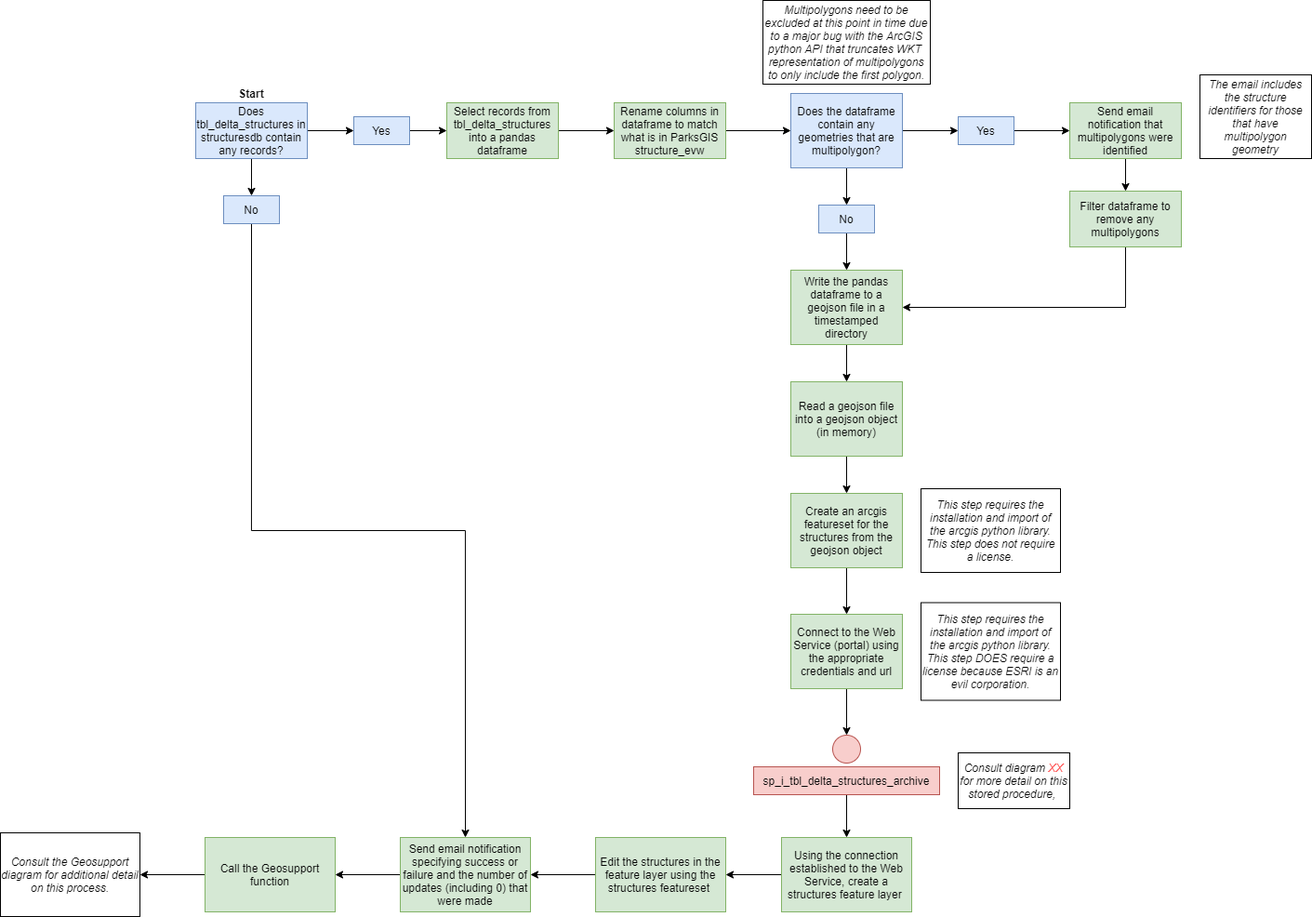
NYCParks-data/Structures keeps this draw.io diagram as weekly_pre_QA.png. Above is the earlier version. Source tidied: cells renumbered, new cells last; positions are measured from the earlier drawing's top-left corner, leaving out a move shared by most shapes. The source it was exported from:
```xml
<mxGraphModel>
  <root>
    <mxCell id="0" />
    <mxCell id="1" parent="0" />
    <mxCell id="2" style="edgeStyle=orthogonalEdgeStyle;rounded=0;jettySize=auto;html=1;exitX=1;exitY=0.5;exitDx=0;exitDy=0;entryX=0;entryY=0.5;entryDx=0;entryDy=0;" parent="1" edge="1" source="3" target="5">
      <mxGeometry relative="1" as="geometry" />
    </mxCell>
    <mxCell id="3" value="Select records from tbl_delta_structures into a pandas dataframe" style="rounded=0;whiteSpace=wrap;html=1;fillColor=#d5e8d4;strokeColor=#82b366;" parent="1" vertex="1">
      <mxGeometry x="480" y="110" width="120" height="60" as="geometry" />
    </mxCell>
    <mxCell id="4" style="edgeStyle=orthogonalEdgeStyle;rounded=0;jettySize=auto;html=1;exitX=1;exitY=0.5;exitDx=0;exitDy=0;entryX=0;entryY=0.5;entryDx=0;entryDy=0;" parent="1" edge="1" source="5" target="8">
      <mxGeometry relative="1" as="geometry" />
    </mxCell>
    <mxCell id="5" value="Rename columns in dataframe to match what is in ParksGIS structure_evw" style="rounded=0;whiteSpace=wrap;html=1;fillColor=#d5e8d4;strokeColor=#82b366;" parent="1" vertex="1">
      <mxGeometry x="660" y="110" width="120" height="60" as="geometry" />
    </mxCell>
    <mxCell id="6" style="edgeStyle=orthogonalEdgeStyle;rounded=0;jettySize=auto;html=1;exitX=1;exitY=0.5;exitDx=0;exitDy=0;" parent="1" edge="1" source="8" target="10">
      <mxGeometry relative="1" as="geometry" />
    </mxCell>
    <mxCell id="7" style="edgeStyle=orthogonalEdgeStyle;rounded=0;jettySize=auto;html=1;exitX=0.5;exitY=1;exitDx=0;exitDy=0;entryX=0.5;entryY=0;entryDx=0;entryDy=0;" parent="1" edge="1" source="8" target="12">
      <mxGeometry relative="1" as="geometry" />
    </mxCell>
    <mxCell id="8" value="Does the dataframe contain any geometries that are multipolygon?" style="rounded=0;whiteSpace=wrap;html=1;fillColor=#dae8fc;strokeColor=#6c8ebf;" parent="1" vertex="1">
      <mxGeometry x="850" y="100" width="120" height="80" as="geometry" />
    </mxCell>
    <mxCell id="9" style="edgeStyle=orthogonalEdgeStyle;rounded=0;jettySize=auto;html=1;exitX=1;exitY=0.5;exitDx=0;exitDy=0;entryX=0;entryY=0.5;entryDx=0;entryDy=0;" parent="1" edge="1" source="10" target="14">
      <mxGeometry relative="1" as="geometry" />
    </mxCell>
    <mxCell id="10" value="Yes" style="rounded=0;whiteSpace=wrap;html=1;fillColor=#dae8fc;strokeColor=#6c8ebf;" parent="1" vertex="1">
      <mxGeometry x="1030" y="125" width="60" height="30" as="geometry" />
    </mxCell>
    <mxCell id="11" style="edgeStyle=orthogonalEdgeStyle;rounded=0;jettySize=auto;html=1;exitX=0.5;exitY=1;exitDx=0;exitDy=0;entryX=0.5;entryY=0;entryDx=0;entryDy=0;" parent="1" edge="1" source="12" target="20">
      <mxGeometry relative="1" as="geometry" />
    </mxCell>
    <mxCell id="12" value="No" style="rounded=0;whiteSpace=wrap;html=1;fillColor=#dae8fc;strokeColor=#6c8ebf;" parent="1" vertex="1">
      <mxGeometry x="880" y="220" width="60" height="30" as="geometry" />
    </mxCell>
    <mxCell id="13" style="edgeStyle=orthogonalEdgeStyle;rounded=0;jettySize=auto;html=1;exitX=0.5;exitY=1;exitDx=0;exitDy=0;entryX=0.5;entryY=0;entryDx=0;entryDy=0;" parent="1" edge="1" source="14" target="16">
      <mxGeometry relative="1" as="geometry" />
    </mxCell>
    <mxCell id="14" value="Send email notification that multipolygons were identified" style="rounded=0;whiteSpace=wrap;html=1;fillColor=#d5e8d4;strokeColor=#82b366;" parent="1" vertex="1">
      <mxGeometry x="1150" y="110" width="120" height="60" as="geometry" />
    </mxCell>
    <mxCell id="15" style="edgeStyle=orthogonalEdgeStyle;rounded=0;jettySize=auto;html=1;exitX=0.5;exitY=1;exitDx=0;exitDy=0;entryX=1;entryY=0.5;entryDx=0;entryDy=0;" parent="1" edge="1" source="16" target="20">
      <mxGeometry relative="1" as="geometry" />
    </mxCell>
    <mxCell id="16" value="Filter dataframe to remove any multipolygons" style="rounded=0;whiteSpace=wrap;html=1;fillColor=#d5e8d4;strokeColor=#82b366;" parent="1" vertex="1">
      <mxGeometry x="1150" y="205" width="120" height="60" as="geometry" />
    </mxCell>
    <mxCell id="17" value="&lt;i&gt;The email includes the structure identifiers for those that have multipolygon geometry&lt;/i&gt;" style="rounded=0;whiteSpace=wrap;html=1;" parent="1" vertex="1">
      <mxGeometry x="1290" y="80" width="120" height="90" as="geometry" />
    </mxCell>
    <mxCell id="18" value="&lt;i&gt;Multipolygons need to be excluded at this point in time due to a major bug with the ArcGIS python API that truncates WKT&amp;nbsp; representation of multipolygons to only include the first polygon.&lt;/i&gt;" style="rounded=0;whiteSpace=wrap;html=1;" parent="1" vertex="1">
      <mxGeometry x="820" width="180" height="90" as="geometry" />
    </mxCell>
    <mxCell id="19" style="edgeStyle=orthogonalEdgeStyle;rounded=0;jettySize=auto;html=1;" parent="1" edge="1" source="20">
      <mxGeometry relative="1" as="geometry">
        <mxPoint x="910" y="410" as="targetPoint" />
      </mxGeometry>
    </mxCell>
    <mxCell id="20" value="Write the pandas dataframe to a geojson file in a timestamped directory" style="rounded=0;whiteSpace=wrap;html=1;fillColor=#d5e8d4;strokeColor=#82b366;" parent="1" vertex="1">
      <mxGeometry x="850" y="290" width="120" height="80" as="geometry" />
    </mxCell>
    <mxCell id="21" style="edgeStyle=orthogonalEdgeStyle;rounded=0;jettySize=auto;html=1;" parent="1" edge="1" source="23" target="25">
      <mxGeometry relative="1" as="geometry" />
    </mxCell>
    <mxCell id="22" style="edgeStyle=orthogonalEdgeStyle;rounded=0;jettySize=auto;html=1;" parent="1" edge="1" source="23" target="27">
      <mxGeometry relative="1" as="geometry" />
    </mxCell>
    <mxCell id="23" value="Does tbl_delta_structures in structuresdb contain any records?" style="rounded=0;whiteSpace=wrap;html=1;fillColor=#dae8fc;strokeColor=#6c8ebf;" parent="1" vertex="1">
      <mxGeometry x="210" y="110" width="120" height="60" as="geometry" />
    </mxCell>
    <mxCell id="24" style="edgeStyle=orthogonalEdgeStyle;rounded=0;jettySize=auto;html=1;" parent="1" edge="1" source="25" target="3">
      <mxGeometry relative="1" as="geometry" />
    </mxCell>
    <mxCell id="25" value="Yes" style="rounded=0;whiteSpace=wrap;html=1;fillColor=#dae8fc;strokeColor=#6c8ebf;" parent="1" vertex="1">
      <mxGeometry x="380" y="125" width="60" height="30" as="geometry" />
    </mxCell>
    <mxCell id="26" style="edgeStyle=orthogonalEdgeStyle;rounded=0;jettySize=auto;html=1;exitX=0.5;exitY=1;exitDx=0;exitDy=0;entryX=0.5;entryY=0;entryDx=0;entryDy=0;" parent="1" edge="1" source="27" target="49">
      <mxGeometry relative="1" as="geometry" />
    </mxCell>
    <mxCell id="27" value="No" style="rounded=0;whiteSpace=wrap;html=1;fillColor=#dae8fc;strokeColor=#6c8ebf;" parent="1" vertex="1">
      <mxGeometry x="240" y="210" width="60" height="30" as="geometry" />
    </mxCell>
    <mxCell id="28" style="edgeStyle=orthogonalEdgeStyle;rounded=0;jettySize=auto;html=1;" parent="1" edge="1" source="29" target="31">
      <mxGeometry relative="1" as="geometry" />
    </mxCell>
    <mxCell id="29" value="Read a geojson file into a geojson object (in memory)" style="rounded=0;whiteSpace=wrap;html=1;fillColor=#d5e8d4;strokeColor=#82b366;" parent="1" vertex="1">
      <mxGeometry x="850" y="410" width="120" height="80" as="geometry" />
    </mxCell>
    <mxCell id="30" style="edgeStyle=orthogonalEdgeStyle;rounded=0;jettySize=auto;html=1;" parent="1" edge="1" source="31" target="34">
      <mxGeometry relative="1" as="geometry" />
    </mxCell>
    <mxCell id="31" value="Create an arcgis featureset from the geojson object" style="rounded=0;whiteSpace=wrap;html=1;fillColor=#d5e8d4;strokeColor=#82b366;" parent="1" vertex="1">
      <mxGeometry x="850" y="530" width="120" height="80" as="geometry" />
    </mxCell>
    <mxCell id="32" value="&lt;i&gt;This step requires the installation and import of the arcgis python library. This step does not require a license.&lt;/i&gt;" style="rounded=0;whiteSpace=wrap;html=1;" parent="1" vertex="1">
      <mxGeometry x="990" y="525" width="150" height="90" as="geometry" />
    </mxCell>
    <mxCell id="33" style="edgeStyle=orthogonalEdgeStyle;rounded=0;jettySize=auto;html=1;exitX=0.5;exitY=1;exitDx=0;exitDy=0;entryX=0.5;entryY=0;entryDx=0;entryDy=0;" parent="1" edge="1" source="34" target="36">
      <mxGeometry relative="1" as="geometry" />
    </mxCell>
    <mxCell id="34" value="Connect to the Web Service (portal) using the appropriate credentials and url" style="rounded=0;whiteSpace=wrap;html=1;fillColor=#d5e8d4;strokeColor=#82b366;" parent="1" vertex="1">
      <mxGeometry x="850" y="660" width="120" height="80" as="geometry" />
    </mxCell>
    <mxCell id="35" value="&lt;i&gt;This step requires the installation and import of the arcgis python library. This step DOES require a license because ESRI is an evil corporation.&lt;/i&gt;" style="rounded=0;whiteSpace=wrap;html=1;" parent="1" vertex="1">
      <mxGeometry x="990" y="647.5" width="150" height="105" as="geometry" />
    </mxCell>
    <mxCell id="36" style="ellipse;whiteSpace=wrap;html=1;fillColor=#f8cecc;strokeColor=#b85450;" parent="1" vertex="1">
      <mxGeometry x="895" y="790" width="30" height="30" as="geometry" />
    </mxCell>
    <mxCell id="37" style="edgeStyle=orthogonalEdgeStyle;rounded=0;jettySize=auto;html=1;" parent="1" edge="1" source="38" target="40">
      <mxGeometry relative="1" as="geometry" />
    </mxCell>
    <mxCell id="38" value="sp_i_tbl_delta_structures_archive" style="rounded=0;whiteSpace=wrap;html=1;fillColor=#f8cecc;strokeColor=#b85450;" parent="1" vertex="1">
      <mxGeometry x="810" y="824" width="200" height="30" as="geometry" />
    </mxCell>
    <mxCell id="39" style="edgeStyle=orthogonalEdgeStyle;rounded=0;jettySize=auto;html=1;exitX=0;exitY=0.5;exitDx=0;exitDy=0;entryX=1;entryY=0.5;entryDx=0;entryDy=0;" parent="1" edge="1" source="40" target="46">
      <mxGeometry relative="1" as="geometry" />
    </mxCell>
    <mxCell id="40" value="Using the connection established to the Web Service, create a structures feature layer&amp;nbsp;" style="rounded=0;whiteSpace=wrap;html=1;fillColor=#d5e8d4;strokeColor=#82b366;" parent="1" vertex="1">
      <mxGeometry x="840" y="900" width="140" height="80" as="geometry" />
    </mxCell>
    <mxCell id="41" value="&lt;b&gt;Start&lt;/b&gt;" style="text;html=1;strokeColor=none;fillColor=none;align=center;verticalAlign=middle;whiteSpace=wrap;rounded=0;" parent="1" vertex="1">
      <mxGeometry x="250" y="90" width="40" height="20" as="geometry" />
    </mxCell>
    <mxCell id="42" style="edgeStyle=orthogonalEdgeStyle;rounded=0;jettySize=auto;html=1;" parent="1" edge="1" source="43" target="44">
      <mxGeometry relative="1" as="geometry" />
    </mxCell>
    <mxCell id="43" value="Call the Geosupport function" style="rounded=0;whiteSpace=wrap;html=1;fillColor=#d5e8d4;strokeColor=#82b366;" parent="1" vertex="1">
      <mxGeometry x="220" y="900" width="140" height="80" as="geometry" />
    </mxCell>
    <mxCell id="44" value="&lt;i&gt;Consult the Geosupport diagram f&lt;/i&gt;&lt;i&gt;or additional detail on this process.&lt;/i&gt;" style="rounded=0;whiteSpace=wrap;html=1;" parent="1" vertex="1">
      <mxGeometry y="895" width="150" height="90" as="geometry" />
    </mxCell>
    <mxCell id="45" style="edgeStyle=orthogonalEdgeStyle;rounded=0;jettySize=auto;html=1;exitX=0;exitY=0.5;exitDx=0;exitDy=0;entryX=1;entryY=0.5;entryDx=0;entryDy=0;" parent="1" edge="1" source="46" target="49">
      <mxGeometry relative="1" as="geometry" />
    </mxCell>
    <mxCell id="46" value="Edit the structures in the feature layer using the structures featureset&amp;nbsp;" style="rounded=0;whiteSpace=wrap;html=1;fillColor=#d5e8d4;strokeColor=#82b366;" parent="1" vertex="1">
      <mxGeometry x="640" y="900" width="140" height="80" as="geometry" />
    </mxCell>
    <mxCell id="47" value="&lt;i&gt;Consult diagram &lt;font color=&quot;#ff3333&quot;&gt;XX&lt;/font&gt; f&lt;/i&gt;&lt;i&gt;or more detail on this stored procedure,&amp;nbsp;&lt;/i&gt;" style="rounded=0;whiteSpace=wrap;html=1;" parent="1" vertex="1">
      <mxGeometry x="1030" y="809" width="120" height="60" as="geometry" />
    </mxCell>
    <mxCell id="48" style="edgeStyle=orthogonalEdgeStyle;rounded=0;jettySize=auto;html=1;exitX=0;exitY=0.5;exitDx=0;exitDy=0;entryX=1;entryY=0.5;entryDx=0;entryDy=0;" parent="1" edge="1" source="49" target="43">
      <mxGeometry relative="1" as="geometry" />
    </mxCell>
    <mxCell id="49" value="Send email notification specifying success or failure and the number of updates (including 0) that were made" style="rounded=0;whiteSpace=wrap;html=1;fillColor=#d5e8d4;strokeColor=#82b366;" parent="1" vertex="1">
      <mxGeometry x="430" y="900" width="140" height="80" as="geometry" />
    </mxCell>
    <mxCell id="50" value="Create an arcgis featureset for the structures from the geojson object" style="rounded=0;whiteSpace=wrap;html=1;fillColor=#d5e8d4;strokeColor=#82b366;" parent="1" vertex="1">
      <mxGeometry x="850" y="530" width="120" height="80" as="geometry" />
    </mxCell>
  </root>
</mxGraphModel>
```
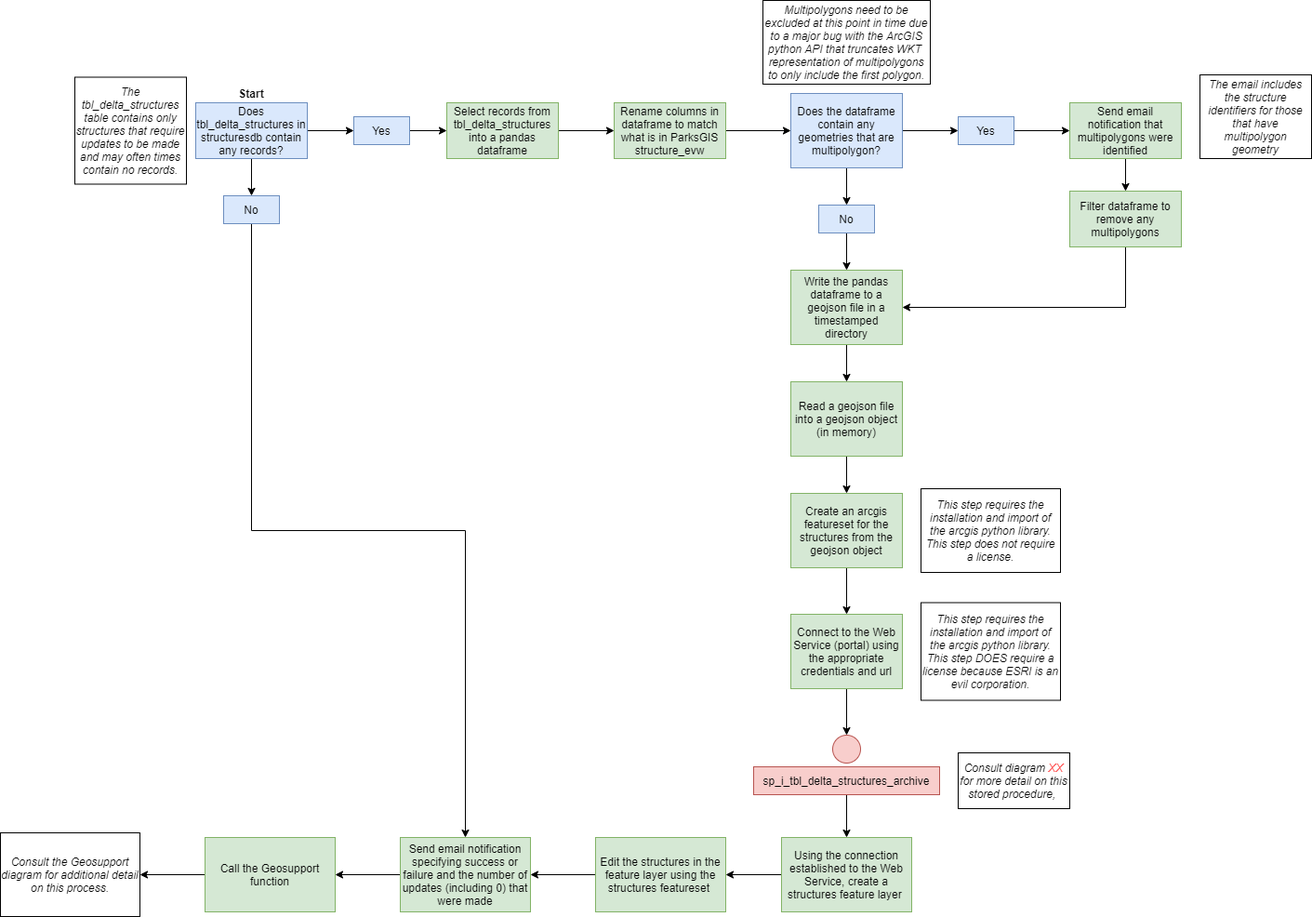
Later version of the same file.

The edit, as a diff of the source:
```diff
@@ -151,5 +151,8 @@
     <mxCell id="50" value="Create an arcgis featureset for the structures from the geojson object" style="rounded=0;whiteSpace=wrap;html=1;fillColor=#d5e8d4;strokeColor=#82b366;" parent="1" vertex="1">
       <mxGeometry x="850" y="530" width="120" height="80" as="geometry" />
     </mxCell>
+    <mxCell id="51" value="&lt;i&gt;The tbl_delta_structures table contains only structures that require updates to be made and may often times contain no records.&lt;/i&gt;" style="rounded=0;whiteSpace=wrap;html=1;" parent="1" vertex="1">
+      <mxGeometry x="80" y="82.5" width="120" height="115" as="geometry" />
+    </mxCell>
   </root>
 </mxGraphModel>
```
